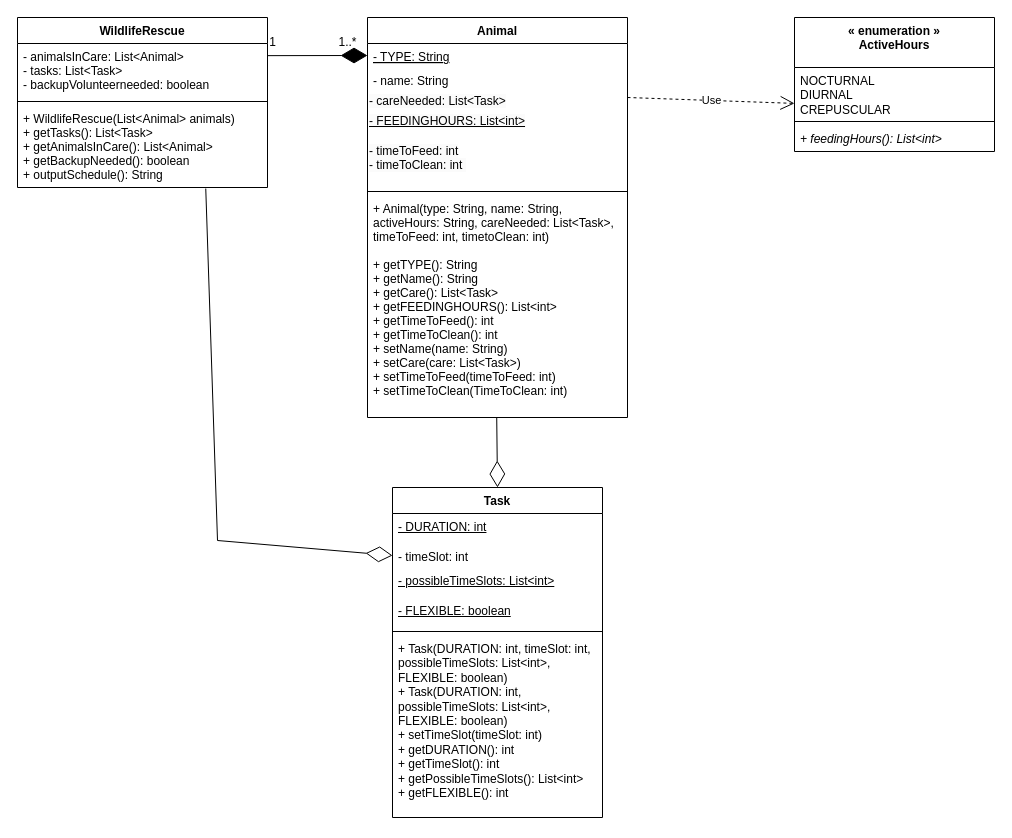
Above: 64.drawio in aryan-karadia/Mock-Schedule-Builder (draw.io), before the change. Source tidied: cells renumbered, new cells numbered last; positions are measured from the earlier drawing's top-left corner, leaving out a move shared by most shapes. Both pictures are drawn from the tidied source at 100%, with x=0, y=0 at pixel (17, 17).
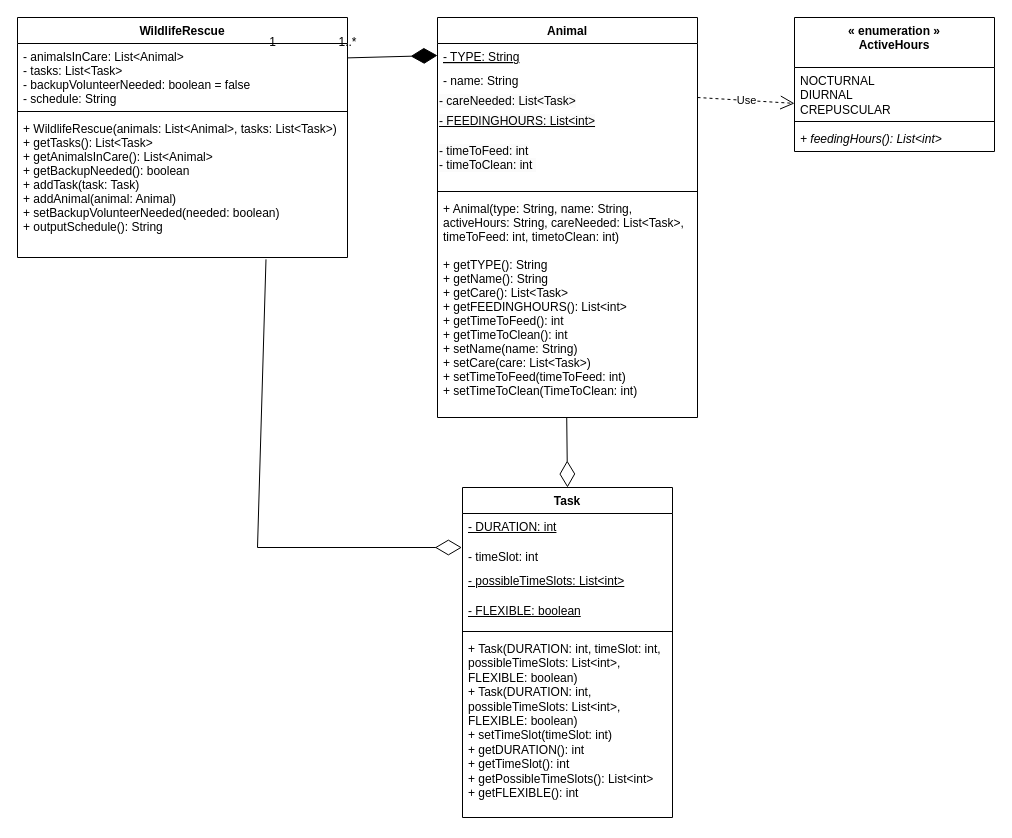
The same diagram, later.

Commit message:
Updating WildlifeRescue Class to include schedule variable and added more helper methods

Unchanged cells that the change refers to:
```xml
<mxCell id="22" value="- timeSlot: int" style="text;strokeColor=none;fillColor=none;align=left;verticalAlign=top;spacingLeft=4;spacingRight=4;overflow=hidden;points=[[0,0.5],[1,0.5]];portConstraint=eastwest;whiteSpace=wrap;html=1;" parent="20" vertex="1">
  <mxGeometry y="56" width="210" height="24" as="geometry" />
</mxCell>
```

The edit, as a diff of the source:
```diff
@@
     <mxCell id="2" value="WildlifeRescue" style="swimlane;fontStyle=1;align=center;verticalAlign=top;horizontal=1;startSize=26;" parent="1" vertex="1">
-      <mxGeometry width="250" height="170" as="geometry" />
+      <mxGeometry width="330" height="240" as="geometry" />
     </mxCell>
-    <mxCell id="3" value="- animalsInCare: List&lt;Animal&gt;&#10;- tasks: List&lt;Task&gt;&#10;- backupVolunteerneeded: boolean" style="text;strokeColor=none;fillColor=none;align=left;verticalAlign=top;spacingLeft=4;spacingRight=4;overflow=hidden;points=[[0,0.5],[1,0.5]];portConstraint=eastwest;" parent="2" vertex="1">
-      <mxGeometry y="26" width="250" height="54" as="geometry" />
+    <mxCell id="3" value="- animalsInCare: List&lt;Animal&gt;&#10;- tasks: List&lt;Task&gt;&#10;- backupVolunteerNeeded: boolean = false&#10;- schedule: String" style="text;strokeColor=none;fillColor=none;align=left;verticalAlign=top;spacingLeft=4;spacingRight=4;overflow=hidden;points=[[0,0.5],[1,0.5]];portConstraint=eastwest;" parent="2" vertex="1">
+      <mxGeometry y="26" width="330" height="64" as="geometry" />
     </mxCell>
     <mxCell id="4" style="line;strokeWidth=1;fillColor=none;align=left;verticalAlign=middle;spacingTop=-1;spacingLeft=3;spacingRight=3;labelPosition=right;strokeColor=inherit;" parent="2" vertex="1">
-      <mxGeometry y="80" width="250" height="8" as="geometry" />
+      <mxGeometry y="90" width="330" height="8" as="geometry" />
     </mxCell>
-    <mxCell id="5" value="+ WildlifeRescue(List&lt;Animal&gt; animals)&#10;+ getTasks(): List&lt;Task&gt;&#10;+ getAnimalsInCare(): List&lt;Animal&gt;&#10;+ getBackupNeeded(): boolean&#10;+ outputSchedule(): String" style="text;strokeColor=none;fillColor=none;align=left;verticalAlign=top;spacingLeft=4;spacingRight=4;overflow=hidden;points=[[0,0.5],[1,0.5]];portConstraint=eastwest;" parent="2" vertex="1">
-      <mxGeometry y="88" width="250" height="82" as="geometry" />
+    <mxCell id="5" value="+ WildlifeRescue(animals: List&lt;Animal&gt;, tasks: List&lt;Task&gt;)&#10;+ getTasks(): List&lt;Task&gt;&#10;+ getAnimalsInCare(): List&lt;Animal&gt;&#10;+ getBackupNeeded(): boolean&#10;+ addTask(task: Task)&#10;+ addAnimal(animal: Animal)&#10;+ setBackupVolunteerNeeded(needed: boolean)&#10;+ outputSchedule(): String" style="text;strokeColor=none;fillColor=none;align=left;verticalAlign=top;spacingLeft=4;spacingRight=4;overflow=hidden;points=[[0,0.5],[1,0.5]];portConstraint=eastwest;" parent="2" vertex="1">
+      <mxGeometry y="98" width="330" height="142" as="geometry" />
     </mxCell>
     <mxCell id="6" value="Animal" style="swimlane;fontStyle=1;align=center;verticalAlign=top;horizontal=1;startSize=26;" parent="1" vertex="1">
-      <mxGeometry x="350" width="260" height="400" as="geometry" />
+      <mxGeometry x="420" width="260" height="400" as="geometry" />
     </mxCell>
@@
     <mxCell id="20" value="Task" style="swimlane;fontStyle=1;align=center;verticalAlign=top;horizontal=1;startSize=26;whiteSpace=wrap;html=1;" parent="1" vertex="1">
-      <mxGeometry x="375" y="470" width="210" height="330" as="geometry" />
+      <mxGeometry x="445" y="470" width="210" height="330" as="geometry" />
     </mxCell>
@@
-    <mxCell id="30" style="endArrow=diamondThin;endFill=0;endSize=24;html=1;rounded=0;exitX=0.753;exitY=1.013;exitDx=0;exitDy=0;exitPerimeter=0;entryX=0;entryY=0.5;entryDx=0;entryDy=0;" parent="1" edge="1" source="5" target="22">
+    <mxCell id="30" style="endArrow=diamondThin;endFill=0;endSize=24;html=1;rounded=0;exitX=0.753;exitY=1.013;exitDx=0;exitDy=0;exitPerimeter=0;entryX=-0.003;entryY=0.167;entryDx=0;entryDy=0;entryPerimeter=0;" parent="1" edge="1" source="5" target="22">
       <mxGeometry relative="1" as="geometry">
         <Array as="points">
-          <mxPoint x="200" y="523" />
+          <mxPoint x="240" y="530" />
         </Array>
       </mxGeometry>
     </mxCell>
```
